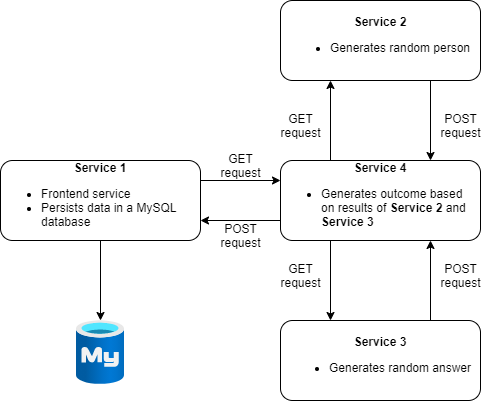
This is images/services-diagram.png from Andra1609/Magic8Ball, a draw.io export, as it was before one commit. Source tidied: cells renumbered, new cells last; positions are measured from the earlier drawing's top-left corner, leaving out a move shared by most shapes. The source it was exported from:
```xml
<mxGraphModel>
  <root>
    <mxCell id="0" />
    <mxCell id="1" parent="0" />
    <mxCell id="2" style="edgeStyle=orthogonalEdgeStyle;rounded=0;jettySize=auto;html=1;exitX=1;exitY=0.25;exitDx=0;exitDy=0;entryX=0;entryY=0.25;entryDx=0;entryDy=0;" parent="1" edge="1" source="4" target="10">
      <mxGeometry relative="1" as="geometry" />
    </mxCell>
    <mxCell id="3" style="edgeStyle=orthogonalEdgeStyle;rounded=0;jettySize=auto;html=1;exitX=0.5;exitY=1;exitDx=0;exitDy=0;" parent="1" edge="1" source="4">
      <mxGeometry relative="1" as="geometry">
        <mxPoint x="100" y="320" as="targetPoint" />
      </mxGeometry>
    </mxCell>
    <mxCell id="4" value="&lt;b&gt;Service 1&lt;/b&gt;&lt;br&gt;&lt;ul&gt;&lt;li style=&quot;text-align: left&quot;&gt;Frontend service&lt;/li&gt;&lt;li style=&quot;text-align: left&quot;&gt;Persists data in a MySQL database&lt;/li&gt;&lt;/ul&gt;" style="rounded=1;whiteSpace=wrap;html=1;fontSize=12;glass=0;strokeWidth=1;shadow=0;" parent="1" vertex="1">
      <mxGeometry y="160" width="200" height="80" as="geometry" />
    </mxCell>
    <mxCell id="5" style="edgeStyle=orthogonalEdgeStyle;rounded=0;jettySize=auto;html=1;exitX=0.75;exitY=1;exitDx=0;exitDy=0;entryX=0.75;entryY=0;entryDx=0;entryDy=0;" parent="1" edge="1" source="6" target="10">
      <mxGeometry relative="1" as="geometry" />
    </mxCell>
    <mxCell id="6" value="&lt;b&gt;Service 2&lt;/b&gt;&lt;br&gt;&lt;ul&gt;&lt;li style=&quot;text-align: left&quot;&gt;Generates random person&lt;/li&gt;&lt;/ul&gt;" style="rounded=1;whiteSpace=wrap;html=1;fontSize=12;glass=0;strokeWidth=1;shadow=0;labelBackgroundColor=none;" parent="1" vertex="1">
      <mxGeometry x="280" width="200" height="80" as="geometry" />
    </mxCell>
    <mxCell id="7" style="edgeStyle=orthogonalEdgeStyle;rounded=0;jettySize=auto;html=1;exitX=0.25;exitY=0;exitDx=0;exitDy=0;entryX=0.25;entryY=1;entryDx=0;entryDy=0;" parent="1" edge="1" source="10" target="6">
      <mxGeometry relative="1" as="geometry" />
    </mxCell>
    <mxCell id="8" style="edgeStyle=orthogonalEdgeStyle;rounded=0;jettySize=auto;html=1;exitX=0;exitY=0.75;exitDx=0;exitDy=0;entryX=1;entryY=0.75;entryDx=0;entryDy=0;" parent="1" edge="1" source="10" target="4">
      <mxGeometry relative="1" as="geometry" />
    </mxCell>
    <mxCell id="9" style="edgeStyle=orthogonalEdgeStyle;rounded=0;jettySize=auto;html=1;exitX=0.25;exitY=1;exitDx=0;exitDy=0;entryX=0.25;entryY=0;entryDx=0;entryDy=0;" parent="1" edge="1" source="10" target="12">
      <mxGeometry relative="1" as="geometry" />
    </mxCell>
    <mxCell id="10" value="&lt;div&gt;&lt;b&gt;Service 4&lt;/b&gt;&lt;/div&gt;&lt;ul&gt;&lt;li style=&quot;text-align: left&quot;&gt;Generates outcome based on results&amp;nbsp;of&amp;nbsp;&lt;b&gt;Service 2 &lt;/b&gt;and &lt;b&gt;Service 3&lt;/b&gt;&amp;nbsp;&lt;/li&gt;&lt;/ul&gt;" style="rounded=1;whiteSpace=wrap;html=1;fontSize=12;glass=0;strokeWidth=1;shadow=0;align=center;" parent="1" vertex="1">
      <mxGeometry x="280" y="160" width="200" height="80" as="geometry" />
    </mxCell>
    <mxCell id="11" style="edgeStyle=orthogonalEdgeStyle;rounded=0;jettySize=auto;html=1;exitX=0.75;exitY=0;exitDx=0;exitDy=0;entryX=0.75;entryY=1;entryDx=0;entryDy=0;" parent="1" edge="1" source="12" target="10">
      <mxGeometry relative="1" as="geometry" />
    </mxCell>
    <mxCell id="12" value="&lt;b&gt;Service 3&lt;/b&gt;&lt;br&gt;&lt;ul&gt;&lt;li style=&quot;text-align: left&quot;&gt;Generates random answer&lt;/li&gt;&lt;/ul&gt;" style="rounded=1;whiteSpace=wrap;html=1;fontSize=12;glass=0;strokeWidth=1;shadow=0;" parent="1" vertex="1">
      <mxGeometry x="280" y="320" width="200" height="80" as="geometry" />
    </mxCell>
    <mxCell id="13" value="GET&lt;br&gt;request" style="text;html=1;align=center;verticalAlign=middle;fillColor=none;strokeColor=none;rounded=0;" parent="1" vertex="1">
      <mxGeometry x="210" y="150" width="60" height="30" as="geometry" />
    </mxCell>
    <mxCell id="14" value="GET&lt;br&gt;request" style="text;html=1;align=center;verticalAlign=middle;fillColor=none;strokeColor=none;rounded=0;" parent="1" vertex="1">
      <mxGeometry x="270" y="110" width="60" height="30" as="geometry" />
    </mxCell>
    <mxCell id="15" value="GET&lt;br&gt;request" style="text;html=1;align=center;verticalAlign=middle;fillColor=none;strokeColor=none;rounded=0;" parent="1" vertex="1">
      <mxGeometry x="270" y="260" width="60" height="30" as="geometry" />
    </mxCell>
    <mxCell id="16" value="POST&lt;br&gt;request" style="text;html=1;align=center;verticalAlign=middle;fillColor=none;strokeColor=none;rounded=0;" parent="1" vertex="1">
      <mxGeometry x="430" y="260" width="60" height="30" as="geometry" />
    </mxCell>
    <mxCell id="17" value="POST&lt;br&gt;request" style="text;html=1;align=center;verticalAlign=middle;fillColor=none;strokeColor=none;rounded=0;" parent="1" vertex="1">
      <mxGeometry x="430" y="110" width="60" height="30" as="geometry" />
    </mxCell>
    <mxCell id="18" value="POST&lt;br&gt;request" style="text;html=1;align=center;verticalAlign=middle;fillColor=none;strokeColor=none;rounded=0;" parent="1" vertex="1">
      <mxGeometry x="210" y="220" width="60" height="30" as="geometry" />
    </mxCell>
    <mxCell id="19" style="html=1;align=center;image;fontSize=12;image=img/lib/azure2/databases/Azure_Database_MySQL_Server.svg;labelBackgroundColor=none;" parent="1" vertex="1">
      <mxGeometry x="76" y="320" width="48" height="64" as="geometry" />
    </mxCell>
  </root>
</mxGraphModel>
```
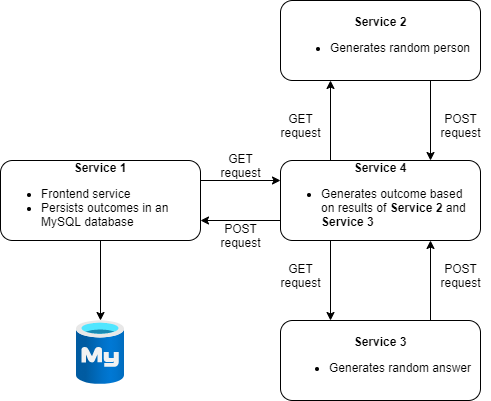
After the change.

Commit message:
Updated services diagram

Change to the diagram source:
```diff
@@ -10,7 +10,7 @@
         <mxPoint x="100" y="320" as="targetPoint" />
       </mxGeometry>
     </mxCell>
-    <mxCell id="4" value="&lt;b&gt;Service 1&lt;/b&gt;&lt;br&gt;&lt;ul&gt;&lt;li style=&quot;text-align: left&quot;&gt;Frontend service&lt;/li&gt;&lt;li style=&quot;text-align: left&quot;&gt;Persists data in a MySQL database&lt;/li&gt;&lt;/ul&gt;" style="rounded=1;whiteSpace=wrap;html=1;fontSize=12;glass=0;strokeWidth=1;shadow=0;" parent="1" vertex="1">
+    <mxCell id="4" value="&lt;b&gt;Service 1&lt;/b&gt;&lt;br&gt;&lt;ul&gt;&lt;li style=&quot;text-align: left&quot;&gt;Frontend service&lt;/li&gt;&lt;li style=&quot;text-align: left&quot;&gt;Persists outcomes in an MySQL database&lt;/li&gt;&lt;/ul&gt;" style="rounded=1;whiteSpace=wrap;html=1;fontSize=12;glass=0;strokeWidth=1;shadow=0;" parent="1" vertex="1">
       <mxGeometry y="160" width="200" height="80" as="geometry" />
     </mxCell>
     <mxCell id="5" style="edgeStyle=orthogonalEdgeStyle;rounded=0;jettySize=auto;html=1;exitX=0.75;exitY=1;exitDx=0;exitDy=0;entryX=0.75;entryY=0;entryDx=0;entryDy=0;" parent="1" edge="1" source="6" target="10">
```
